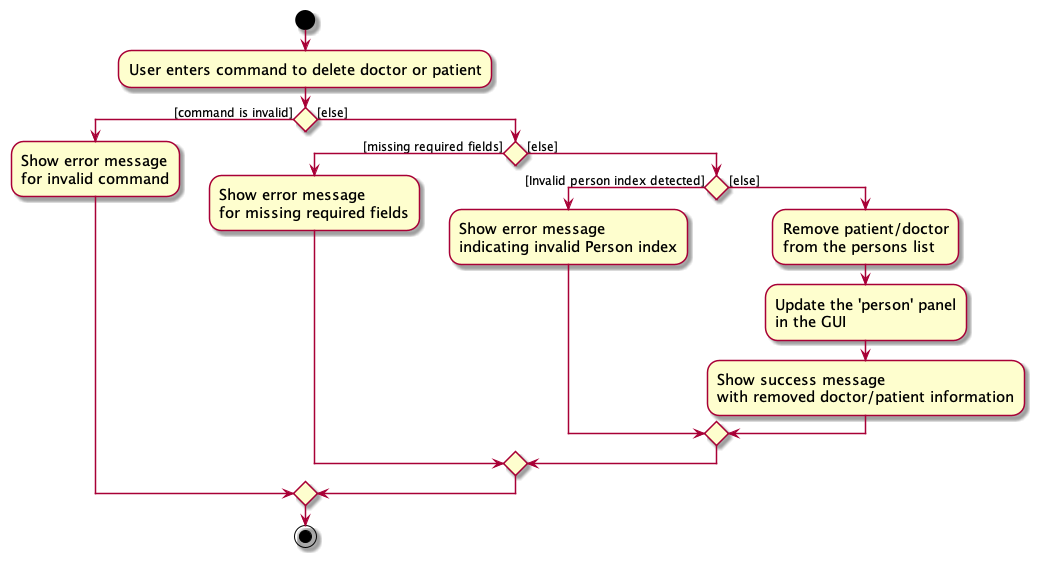
Above: docs/images/DeletePersonActivityDiagram.png in nus-cs2103-AY2324S2/tp (PlantUML), before the change.
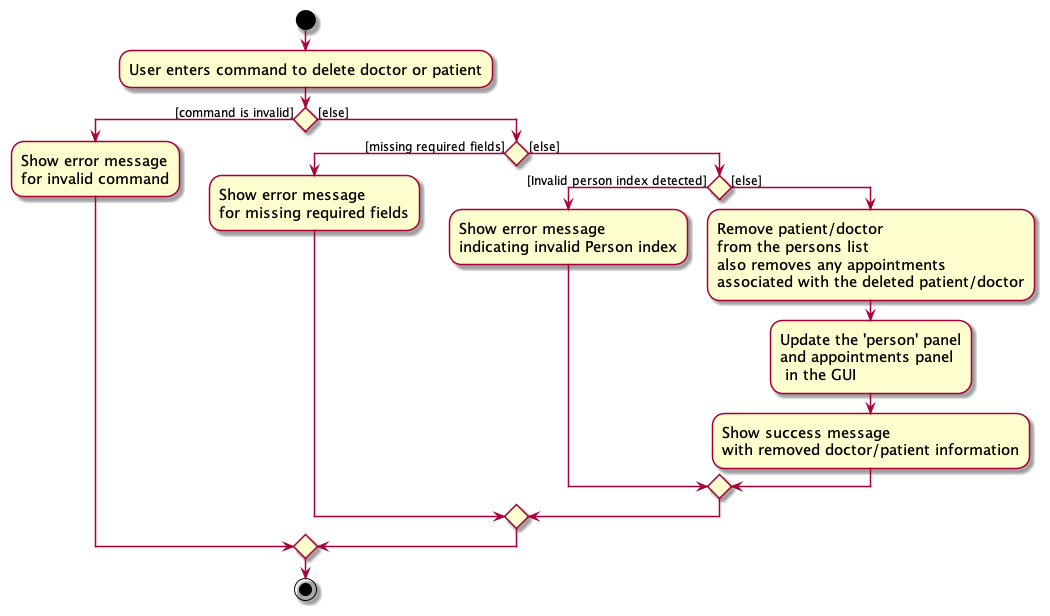
The same diagram one commit later.

Commit message:
update dg for delete appointments recursively

Change to the diagram source:
```diff
@@ -15,8 +15,8 @@
         if () then ([Invalid person index detected])
             :Show error message\nindicating invalid Person index;
             else ([else])
-                 :Remove patient/doctor\nfrom the persons list;
-                 :Update the 'person' panel\nin the GUI;
+                 :Remove patient/doctor\nfrom the persons list\nalso removes any appointments\nassociated with the deleted patient/doctor;
+                 :Update the 'person' panel\nand appointments panel\n in the GUI;
                  :Show success message\nwith removed doctor/patient information;
         endif;
     endif
```
